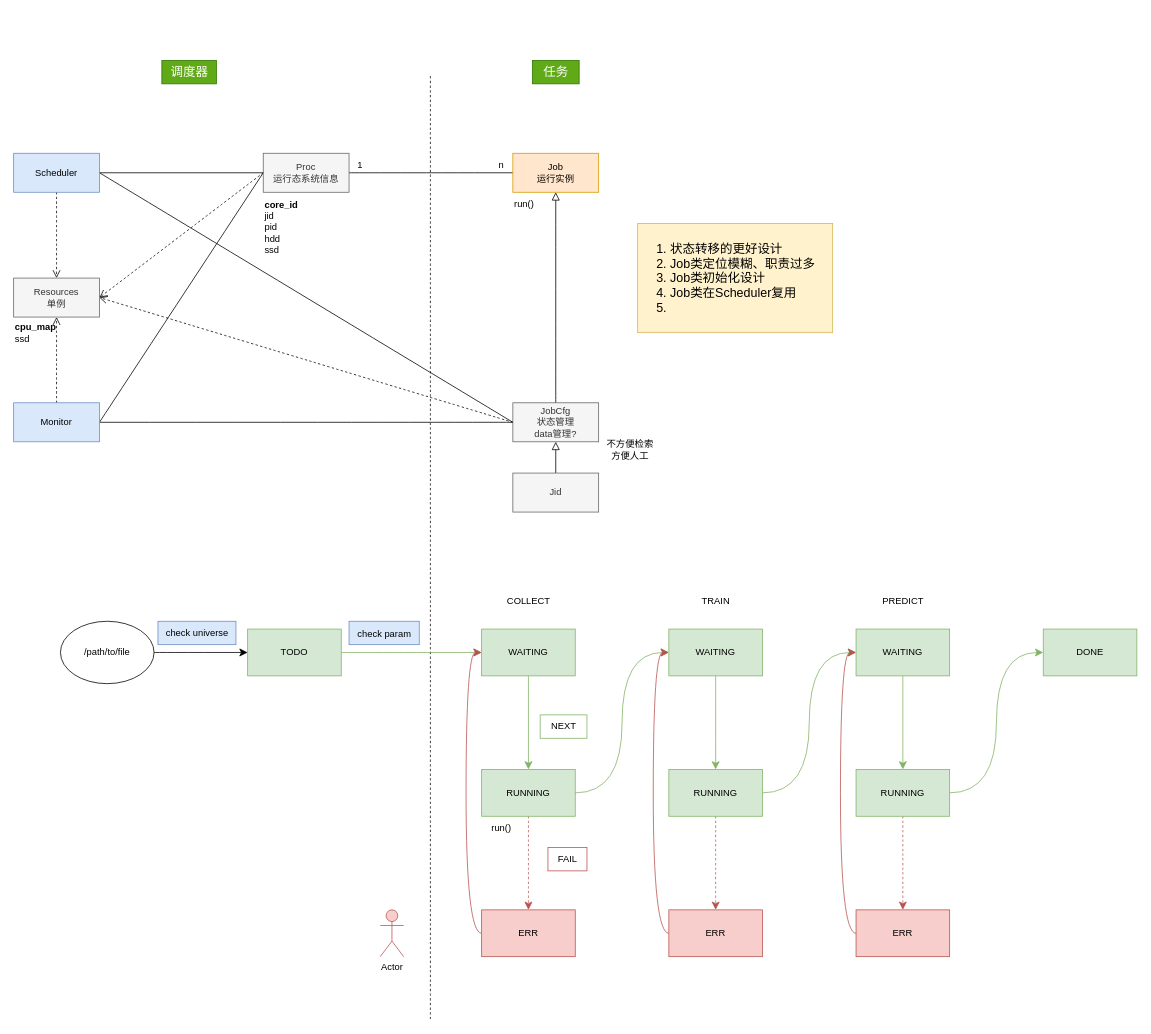
mistyeye11/drawio keeps this draw.io diagram as practice.drawio. Above is the earlier version. Source tidied: cells renumbered, new cells numbered last; positions are measured from the earlier drawing's top-left corner, leaving out a move shared by most shapes. Both pictures are drawn from the tidied source at 78%, with x=0, y=0 at pixel (13, 60).
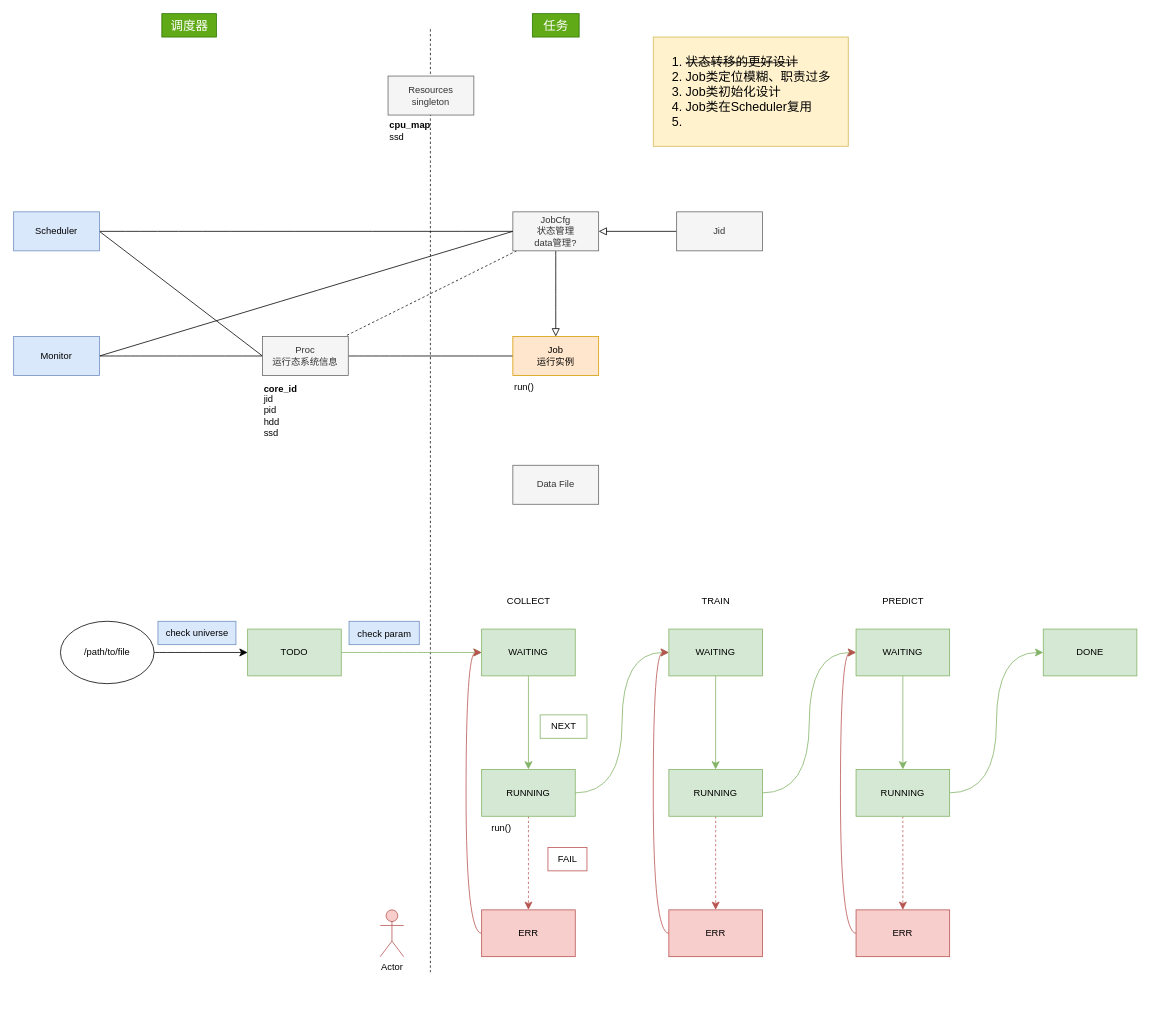
Above is the later version.

Unchanged cells that the change refers to:
```xml
<mxCell id="58" value="&lt;div&gt;Proc&lt;/div&gt;运行态系统信息" style="html=1;whiteSpace=wrap;fillColor=#f5f5f5;strokeColor=#666666;fontColor=#333333;" parent="57" vertex="1">
  <mxGeometry width="110" height="50" as="geometry" />
</mxCell>
<mxCell id="61" value="&lt;div&gt;Job&lt;/div&gt;&lt;div&gt;运行实例&lt;br&gt;&lt;/div&gt;" style="html=1;whiteSpace=wrap;fillColor=#ffe6cc;strokeColor=#d79b00;" parent="60" vertex="1">
  <mxGeometry width="110" height="50" as="geometry" />
</mxCell>
```

The edit, as a diff of the source:
```diff
@@
     <mxCell id="2" style="endArrow=none;dashed=1;html=1;rounded=0;fontSize=12;startSize=8;endSize=8;curved=1;" parent="1" edge="1">
       <mxGeometry relative="1" as="geometry">
-        <mxPoint x="534.3" y="1229" as="sourcePoint" />
-        <mxPoint x="534.3" y="19" as="targetPoint" />
+        <mxPoint x="534.3" y="1169" as="sourcePoint" />
+        <mxPoint x="534.3" y="-41" as="targetPoint" />
       </mxGeometry>
     </mxCell>
@@
-    <mxCell id="4" style="edgeStyle=none;curved=1;rounded=0;jettySize=auto;html=1;exitX=0.5;exitY=0;exitDx=0;exitDy=0;entryX=0.5;entryY=1;entryDx=0;entryDy=0;fontSize=12;startSize=8;endSize=8;endArrow=block;endFill=0;startArrow=none;startFill=0;" parent="1" edge="1" source="6" target="61">
+    <mxCell id="4" style="edgeStyle=none;curved=1;rounded=0;jettySize=auto;html=1;entryX=0.5;entryY=0;entryDx=0;entryDy=0;fontSize=12;startSize=8;endSize=8;endArrow=block;endFill=0;startArrow=none;startFill=0;" parent="1" edge="1" source="6" target="61">
       <mxGeometry relative="1" as="geometry" />
     </mxCell>
-    <mxCell id="5" style="edgeStyle=none;curved=1;rounded=0;jettySize=auto;html=1;exitX=0;exitY=0.5;exitDx=0;exitDy=0;entryX=1;entryY=0.5;entryDx=0;entryDy=0;fontSize=12;startSize=8;endSize=8;endArrow=open;endFill=0;dashed=1;" parent="1" edge="1" source="6" target="55">
-      <mxGeometry relative="1" as="geometry" />
-    </mxCell>
+    <mxCell id="68" style="edgeStyle=none;curved=1;rounded=0;jettySize=auto;html=1;fontSize=12;dashed=1;endArrow=none;endFill=0;" parent="1" edge="1" source="6" target="58">
+      <mxGeometry relative="1" as="geometry" />
+    </mxCell>
     <mxCell id="6" value="&lt;div&gt;JobCfg&lt;/div&gt;&lt;div&gt;状态管理&lt;/div&gt;&lt;div&gt;data管理?&lt;br&gt;&lt;/div&gt;" style="html=1;whiteSpace=wrap;fillColor=#f5f5f5;strokeColor=#666666;fontColor=#333333;" parent="1" vertex="1">
-      <mxGeometry x="640" y="438.9" width="110" height="50" as="geometry" />
+      <mxGeometry x="640" y="194.1" width="110" height="50" as="geometry" />
     </mxCell>
@@
     <mxCell id="8" value="&lt;div&gt;Jid&lt;/div&gt;" style="html=1;whiteSpace=wrap;fillColor=#f5f5f5;fontColor=#333333;strokeColor=#666666;" parent="1" vertex="1">
-      <mxGeometry x="640" y="529" width="110" height="50" as="geometry" />
+      <mxGeometry x="850" y="194.1" width="110" height="50" as="geometry" />
     </mxCell>
-    <mxCell id="9" style="edgeStyle=none;curved=1;rounded=0;jettySize=auto;html=1;fontSize=12;startSize=8;endSize=8;endArrow=none;endFill=0;" parent="1" edge="1" source="58" target="61">
+    <mxCell id="9" style="edgeStyle=none;curved=1;rounded=0;jettySize=auto;html=1;fontSize=12;startSize=8;endSize=8;endArrow=none;endFill=0;exitX=1;exitY=0.5;exitDx=0;exitDy=0;entryX=0;entryY=0.5;entryDx=0;entryDy=0;" parent="1" edge="1" source="58" target="61">
       <mxGeometry relative="1" as="geometry" />
     </mxCell>
-    <mxCell id="10" style="edgeStyle=orthogonalEdgeStyle;rounded=0;jettySize=auto;html=1;entryX=0;entryY=0.5;entryDx=0;entryDy=0;fontSize=12;startSize=8;endSize=8;endArrow=none;endFill=0;" parent="1" edge="1" source="13" target="58">
+    <mxCell id="10" style="rounded=0;jettySize=auto;html=1;entryX=0;entryY=0.5;entryDx=0;entryDy=0;fontSize=12;startSize=8;endSize=8;endArrow=none;endFill=0;exitX=1;exitY=0.5;exitDx=0;exitDy=0;" parent="1" edge="1" source="13" target="58">
       <mxGeometry relative="1" as="geometry" />
     </mxCell>
@@
-    <mxCell id="12" style="edgeStyle=none;curved=1;rounded=0;jettySize=auto;html=1;fontSize=12;startSize=8;endSize=8;endArrow=open;endFill=0;dashed=1;" parent="1" edge="1" source="13" target="55">
-      <mxGeometry relative="1" as="geometry" />
-    </mxCell>
     <mxCell id="13" value="&lt;div&gt;Scheduler&lt;/div&gt;" style="html=1;whiteSpace=wrap;fillColor=#dae8fc;strokeColor=#6c8ebf;" parent="1" vertex="1">
-      <mxGeometry y="119" width="110" height="50" as="geometry" />
+      <mxGeometry y="194.1" width="110" height="50" as="geometry" />
     </mxCell>
@@
-    <mxCell id="15" style="edgeStyle=none;curved=1;rounded=0;jettySize=auto;html=1;exitX=0.5;exitY=0;exitDx=0;exitDy=0;entryX=0.5;entryY=1;entryDx=0;entryDy=0;fontSize=12;startSize=8;endSize=8;dashed=1;endArrow=open;endFill=0;" parent="1" edge="1" source="16" target="55">
-      <mxGeometry relative="1" as="geometry" />
-    </mxCell>
     <mxCell id="16" value="Monitor" style="html=1;whiteSpace=wrap;fillColor=#dae8fc;strokeColor=#6c8ebf;" parent="1" vertex="1">
-      <mxGeometry y="438.9" width="110" height="50" as="geometry" />
+      <mxGeometry y="353.9" width="110" height="50" as="geometry" />
     </mxCell>
-    <mxCell id="17" value="&lt;font style=&quot;font-size: 12px;&quot;&gt;n&lt;/font&gt;" style="text;html=1;align=center;verticalAlign=middle;strokeColor=none;fillColor=none;fontSize=12;" parent="1" vertex="1">
-      <mxGeometry x="610" y="119" width="30" height="30" as="geometry" />
-    </mxCell>
-    <mxCell id="18" value="&lt;div&gt;不方便检索&lt;/div&gt;方便人工" style="text;html=1;align=center;verticalAlign=middle;strokeColor=none;fillColor=none;fontSize=12;" parent="1" vertex="1">
-      <mxGeometry x="750" y="479" width="80" height="40" as="geometry" />
-    </mxCell>
@@
-    <mxCell id="51" value="&lt;div align=&quot;left&quot;&gt;&lt;ol&gt;&lt;li&gt;状态转移的更好设计&lt;/li&gt;&lt;li&gt;Job类定位模糊、职责过多&lt;/li&gt;&lt;li&gt;Job类初始化设计&lt;br&gt;&lt;/li&gt;&lt;li&gt;Job类在Scheduler复用&lt;/li&gt;&lt;li&gt;&lt;br&gt;&lt;/li&gt;&lt;/ol&gt;&lt;/div&gt;" style="text;html=1;align=left;verticalAlign=middle;strokeColor=#d6b656;fillColor=#fff2cc;fontSize=16;" parent="1" vertex="1">
-      <mxGeometry x="800" y="209" width="250" height="140" as="geometry" />
+    <mxCell id="51" value="&lt;div align=&quot;left&quot;&gt;&lt;ol&gt;&lt;li&gt;&lt;strike&gt;状态转移的更好设计&lt;/strike&gt;&lt;/li&gt;&lt;li&gt;Job类定位模糊、职责过多&lt;/li&gt;&lt;li&gt;Job类初始化设计&lt;br&gt;&lt;/li&gt;&lt;li&gt;Job类在Scheduler复用&lt;/li&gt;&lt;li&gt;&lt;br&gt;&lt;/li&gt;&lt;/ol&gt;&lt;/div&gt;" style="text;html=1;align=left;verticalAlign=middle;strokeColor=#d6b656;fillColor=#fff2cc;fontSize=16;" parent="1" vertex="1">
+      <mxGeometry x="820" y="-30" width="250" height="140" as="geometry" />
     </mxCell>
     <mxCell id="52" value="调度器" style="text;html=1;align=center;verticalAlign=middle;strokeColor=#2D7600;fillColor=#60a917;fontSize=16;fontColor=#ffffff;" parent="1" vertex="1">
-      <mxGeometry x="190" width="70" height="30" as="geometry" />
+      <mxGeometry x="190" y="-60" width="70" height="30" as="geometry" />
     </mxCell>
     <mxCell id="53" value="任务" style="text;html=1;align=center;verticalAlign=middle;strokeColor=#2D7600;fillColor=#60a917;fontSize=16;fontColor=#ffffff;" parent="1" vertex="1">
-      <mxGeometry x="665" width="60" height="30" as="geometry" />
+      <mxGeometry x="665" y="-60" width="60" height="30" as="geometry" />
     </mxCell>
     <mxCell id="54" style="group;" parent="1" vertex="1">
-      <mxGeometry y="279" width="110" height="90" as="geometry" />
+      <mxGeometry x="480" y="20" width="110" height="90" as="geometry" />
     </mxCell>
-    <mxCell id="55" value="Resources&lt;br&gt;单例" style="html=1;whiteSpace=wrap;fillColor=#f5f5f5;strokeColor=#666666;fontColor=#333333;" parent="54" vertex="1">
+    <mxCell id="55" value="Resources&lt;br&gt;&lt;div&gt;singleton&lt;br&gt;&lt;/div&gt;" style="html=1;whiteSpace=wrap;fillColor=#f5f5f5;strokeColor=#666666;fontColor=#333333;" parent="54" vertex="1">
       <mxGeometry width="110" height="50" as="geometry" />
     </mxCell>
@@
     <mxCell id="57" style="group;" parent="1" vertex="1">
-      <mxGeometry x="320" y="119" width="110" height="140" as="geometry" />
+      <mxGeometry x="319" y="353.9" width="110" height="140" as="geometry" />
     </mxCell>
@@
     <mxCell id="60" style="group;" parent="1" vertex="1">
-      <mxGeometry x="640" y="119" width="110" height="80" as="geometry" />
+      <mxGeometry x="640" y="353.9" width="110" height="80" as="geometry" />
     </mxCell>
@@
-    <mxCell id="63" value="1" style="text;html=1;align=center;verticalAlign=middle;strokeColor=none;fillColor=none;fontSize=12;" parent="1" vertex="1">
-      <mxGeometry x="429" y="120" width="30" height="30" as="geometry" />
-    </mxCell>
@@
-    <mxCell id="66" style="edgeStyle=none;curved=1;rounded=0;jettySize=auto;html=1;exitX=0;exitY=0.5;exitDx=0;exitDy=0;entryX=1;entryY=0.5;entryDx=0;entryDy=0;fontSize=12;startSize=8;endSize=8;dashed=1;endArrow=open;endFill=0;" parent="1" edge="1" source="58" target="55">
-      <mxGeometry relative="1" as="geometry" />
-    </mxCell>
@@
+    <mxCell id="69" value="Data File" style="html=1;whiteSpace=wrap;fillColor=#f5f5f5;fontColor=#333333;strokeColor=#666666;" parent="1" vertex="1">
+      <mxGeometry x="640" y="519" width="110" height="50" as="geometry" />
+    </mxCell>
```
